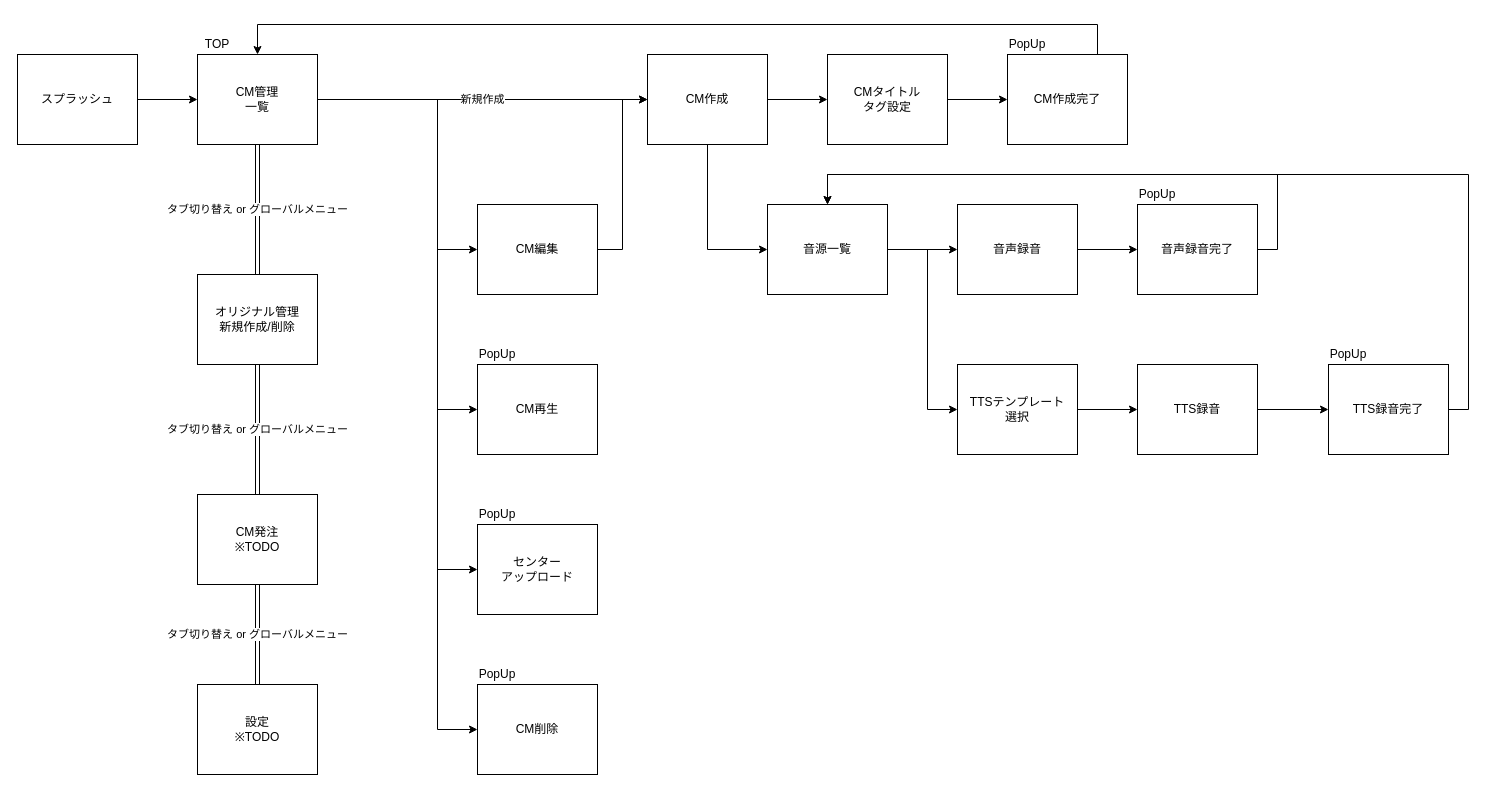
This is documents/uml/page-flow.drawio from y-watanabe-usen/umesse-test, a draw.io file, before an edit. Source tidied: cells renumbered, new cells numbered last; positions are measured from the earlier drawing's top-left corner, leaving out a move shared by most shapes. Both pictures are drawn from the tidied source at 100%, with x=0, y=0 at pixel (17, 24).
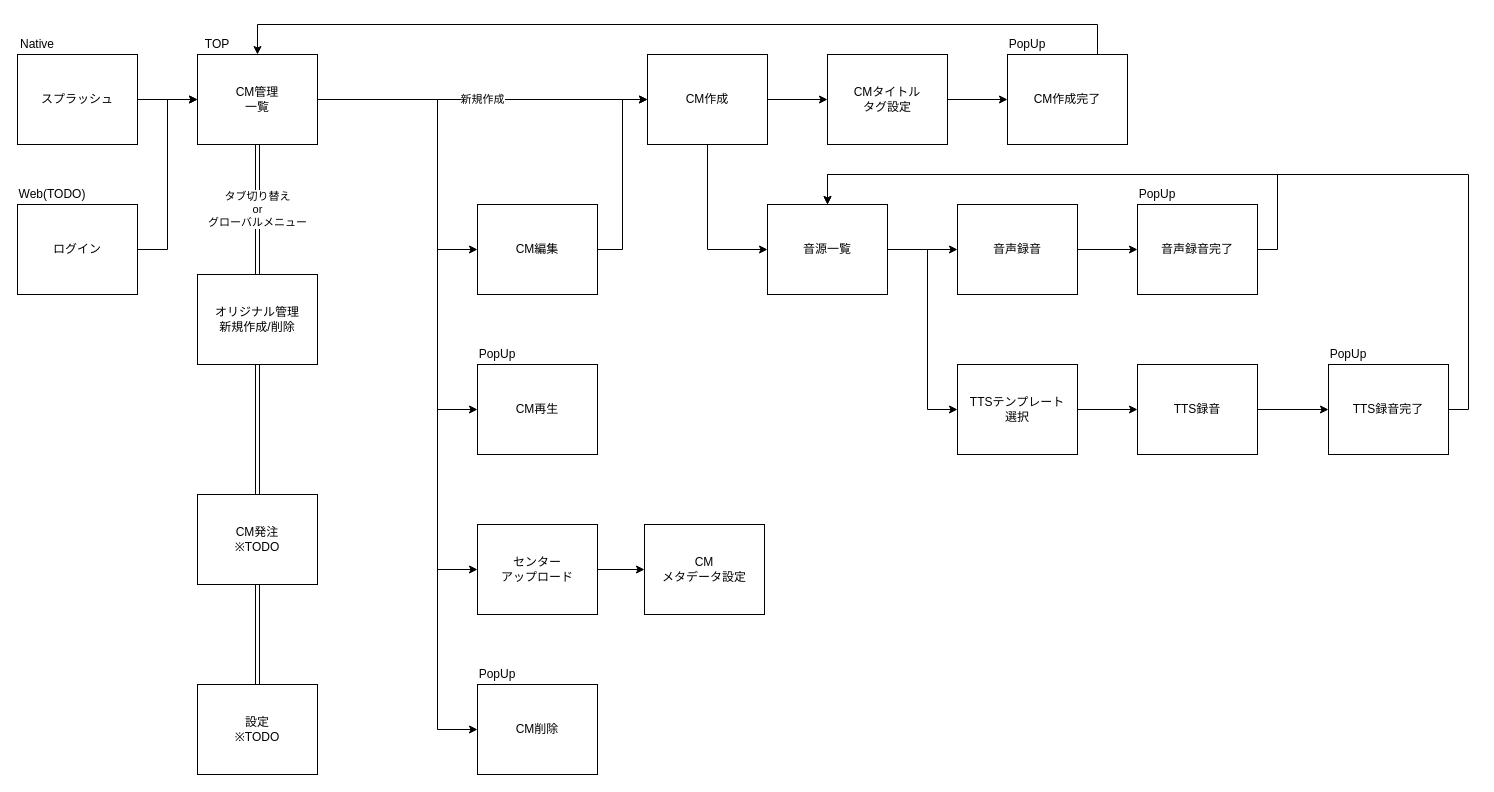
The same diagram, later.

The change refers to these unchanged cells:
```xml
<mxCell id="10" value="CM管理&lt;br&gt;一覧" style="rounded=0;whiteSpace=wrap;html=1;" parent="1" vertex="1">
  <mxGeometry x="180" y="30" width="120" height="90" as="geometry" />
</mxCell>
<mxCell id="25" value="CM発注&lt;br&gt;※TODO" style="rounded=0;whiteSpace=wrap;html=1;" parent="1" vertex="1">
  <mxGeometry x="180" y="470" width="120" height="90" as="geometry" />
</mxCell>
<mxCell id="26" value="設定&lt;br&gt;※TODO" style="rounded=0;whiteSpace=wrap;html=1;" parent="1" vertex="1">
  <mxGeometry x="180" y="660" width="120" height="90" as="geometry" />
</mxCell>
<mxCell id="27" value="センター&lt;br&gt;アップロード" style="rounded=0;whiteSpace=wrap;html=1;" parent="1" vertex="1">
  <mxGeometry x="460" y="500" width="120" height="90" as="geometry" />
</mxCell>
<mxCell id="44" value="オリジナル管理&lt;br&gt;新規作成/削除" style="rounded=0;whiteSpace=wrap;html=1;" parent="1" vertex="1">
  <mxGeometry x="180" y="250" width="120" height="90" as="geometry" />
</mxCell>
```

Diff of the diagram source:
```diff
@@
-    <mxCell id="9" value="タブ切り替え or グローバルメニュー" style="edgeStyle=orthogonalEdgeStyle;rounded=0;jettySize=auto;html=1;exitX=0.5;exitY=1;exitDx=0;exitDy=0;entryX=0.5;entryY=0;entryDx=0;entryDy=0;shape=link;" parent="1" edge="1" source="10" target="44">
+    <mxCell id="9" value="タブ切り替え&lt;br&gt;or&lt;br&gt;グローバルメニュー" style="edgeStyle=orthogonalEdgeStyle;rounded=0;jettySize=auto;html=1;exitX=0.5;exitY=1;exitDx=0;exitDy=0;entryX=0.5;entryY=0;entryDx=0;entryDy=0;shape=link;" parent="1" edge="1" source="10" target="44">
       <mxGeometry relative="1" as="geometry" />
     </mxCell>
@@
-    <mxCell id="24" value="タブ切り替え or グローバルメニュー" style="edgeStyle=orthogonalEdgeStyle;rounded=0;jettySize=auto;html=1;exitX=0.5;exitY=1;exitDx=0;exitDy=0;entryX=0.5;entryY=0;entryDx=0;entryDy=0;shape=link;" parent="1" edge="1" source="25" target="26">
+    <mxCell id="24" style="edgeStyle=orthogonalEdgeStyle;rounded=0;jettySize=auto;html=1;exitX=0.5;exitY=1;exitDx=0;exitDy=0;entryX=0.5;entryY=0;entryDx=0;entryDy=0;shape=link;" parent="1" edge="1" source="25" target="26">
       <mxGeometry relative="1" as="geometry" />
     </mxCell>
@@
+    <mxCell id="48" style="edgeStyle=orthogonalEdgeStyle;rounded=0;jettySize=auto;html=1;exitX=1;exitY=0.5;exitDx=0;exitDy=0;entryX=0;entryY=0.5;entryDx=0;entryDy=0;" parent="1" edge="1" source="27" target="53">
+      <mxGeometry relative="1" as="geometry" />
+    </mxCell>
@@
-    <mxCell id="40" value="PopUp" style="text;html=1;strokeColor=none;fillColor=none;align=center;verticalAlign=middle;whiteSpace=wrap;rounded=0;" parent="1" vertex="1">
-      <mxGeometry x="460" y="480" width="40" height="20" as="geometry" />
-    </mxCell>
@@
-    <mxCell id="43" value="タブ切り替え or グローバルメニュー" style="edgeStyle=orthogonalEdgeStyle;rounded=0;jettySize=auto;html=1;exitX=0.5;exitY=1;exitDx=0;exitDy=0;entryX=0.5;entryY=0;entryDx=0;entryDy=0;shape=link;" parent="1" edge="1" source="44" target="25">
+    <mxCell id="43" style="edgeStyle=orthogonalEdgeStyle;rounded=0;jettySize=auto;html=1;exitX=0.5;exitY=1;exitDx=0;exitDy=0;entryX=0.5;entryY=0;entryDx=0;entryDy=0;shape=link;" parent="1" edge="1" source="44" target="25">
       <mxGeometry relative="1" as="geometry" />
     </mxCell>
@@
+    <mxCell id="49" value="Native" style="text;html=1;strokeColor=none;fillColor=none;align=center;verticalAlign=middle;whiteSpace=wrap;rounded=0;" parent="1" vertex="1">
+      <mxGeometry y="10" width="40" height="20" as="geometry" />
+    </mxCell>
+    <mxCell id="50" style="edgeStyle=orthogonalEdgeStyle;rounded=0;jettySize=auto;html=1;exitX=1;exitY=0.5;exitDx=0;exitDy=0;entryX=0;entryY=0.5;entryDx=0;entryDy=0;" parent="1" edge="1" source="51" target="10">
+      <mxGeometry relative="1" as="geometry" />
+    </mxCell>
+    <mxCell id="51" value="ログイン" style="rounded=0;whiteSpace=wrap;html=1;" parent="1" vertex="1">
+      <mxGeometry y="180" width="120" height="90" as="geometry" />
+    </mxCell>
+    <mxCell id="52" value="Web(TODO)" style="text;html=1;strokeColor=none;fillColor=none;align=center;verticalAlign=middle;whiteSpace=wrap;rounded=0;" parent="1" vertex="1">
+      <mxGeometry y="160" width="70" height="20" as="geometry" />
+    </mxCell>
+    <mxCell id="53" value="CM&lt;br&gt;メタデータ設定" style="rounded=0;whiteSpace=wrap;html=1;" parent="1" vertex="1">
+      <mxGeometry x="627" y="500" width="120" height="90" as="geometry" />
+    </mxCell>
```
